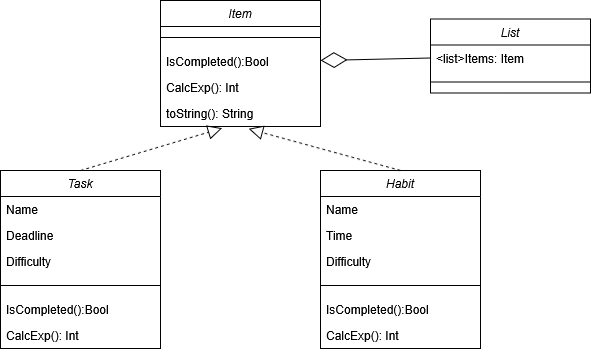
This is Diagrams/Class_Items.drawio.png from Fabiancipher/Habitra, a draw.io export, as it was before one commit. Source tidied: cells renumbered, new cells last; positions are measured from the earlier drawing's top-left corner, leaving out a move shared by most shapes.
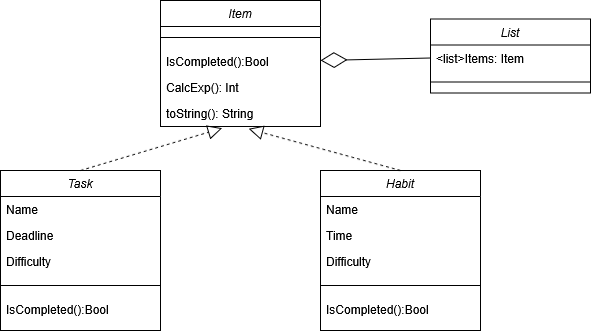
Later version of the same file.

Change to the diagram source:
```diff
@@ -27,7 +27,7 @@
       <mxGeometry y="52" width="160" height="22" as="geometry" />
     </mxCell>
     <mxCell id="10" value="Task" style="swimlane;fontStyle=2;align=center;verticalAlign=top;horizontal=1;startSize=26;rounded=0;shadow=0;strokeWidth=1;" parent="1" vertex="1">
-      <mxGeometry y="170" width="160" height="178" as="geometry" />
+      <mxGeometry y="170" width="160" height="160" as="geometry" />
     </mxCell>
     <mxCell id="11" value="Name" style="text;align=left;verticalAlign=top;spacingLeft=4;spacingRight=4;overflow=hidden;" parent="10" vertex="1">
       <mxGeometry y="26" width="160" height="26" as="geometry" />
@@ -44,11 +44,8 @@
     <mxCell id="15" value="IsCompleted():Bool" style="text;align=left;verticalAlign=top;spacingLeft=4;spacingRight=4;overflow=hidden;" parent="10" vertex="1">
       <mxGeometry y="126" width="160" height="26" as="geometry" />
     </mxCell>
-    <mxCell id="16" value="CalcExp(): Int" style="text;align=left;verticalAlign=top;spacingLeft=4;spacingRight=4;overflow=hidden;" parent="10" vertex="1">
-      <mxGeometry y="152" width="160" height="26" as="geometry" />
-    </mxCell>
     <mxCell id="17" value="Habit" style="swimlane;fontStyle=2;align=center;verticalAlign=top;horizontal=1;startSize=26;rounded=0;shadow=0;strokeWidth=1;" parent="1" vertex="1">
-      <mxGeometry x="320" y="170" width="160" height="178" as="geometry" />
+      <mxGeometry x="320" y="170" width="160" height="160" as="geometry" />
     </mxCell>
     <mxCell id="18" value="Name" style="text;align=left;verticalAlign=top;spacingLeft=4;spacingRight=4;overflow=hidden;" parent="17" vertex="1">
       <mxGeometry y="26" width="160" height="26" as="geometry" />
@@ -65,9 +62,6 @@
     <mxCell id="22" value="IsCompleted():Bool" style="text;align=left;verticalAlign=top;spacingLeft=4;spacingRight=4;overflow=hidden;" parent="17" vertex="1">
       <mxGeometry y="126" width="160" height="26" as="geometry" />
     </mxCell>
-    <mxCell id="23" value="CalcExp(): Int" style="text;align=left;verticalAlign=top;spacingLeft=4;spacingRight=4;overflow=hidden;" parent="17" vertex="1">
-      <mxGeometry y="152" width="160" height="26" as="geometry" />
-    </mxCell>
     <mxCell id="24" style="endArrow=block;dashed=1;endFill=0;endSize=12;html=1;rounded=0;exitX=0.5;exitY=0;exitDx=0;exitDy=0;entryX=0.386;entryY=1.062;entryDx=0;entryDy=0;entryPerimeter=0;" parent="1" edge="1" source="10" target="6">
       <mxGeometry relative="1" as="geometry" />
     </mxCell>
```
